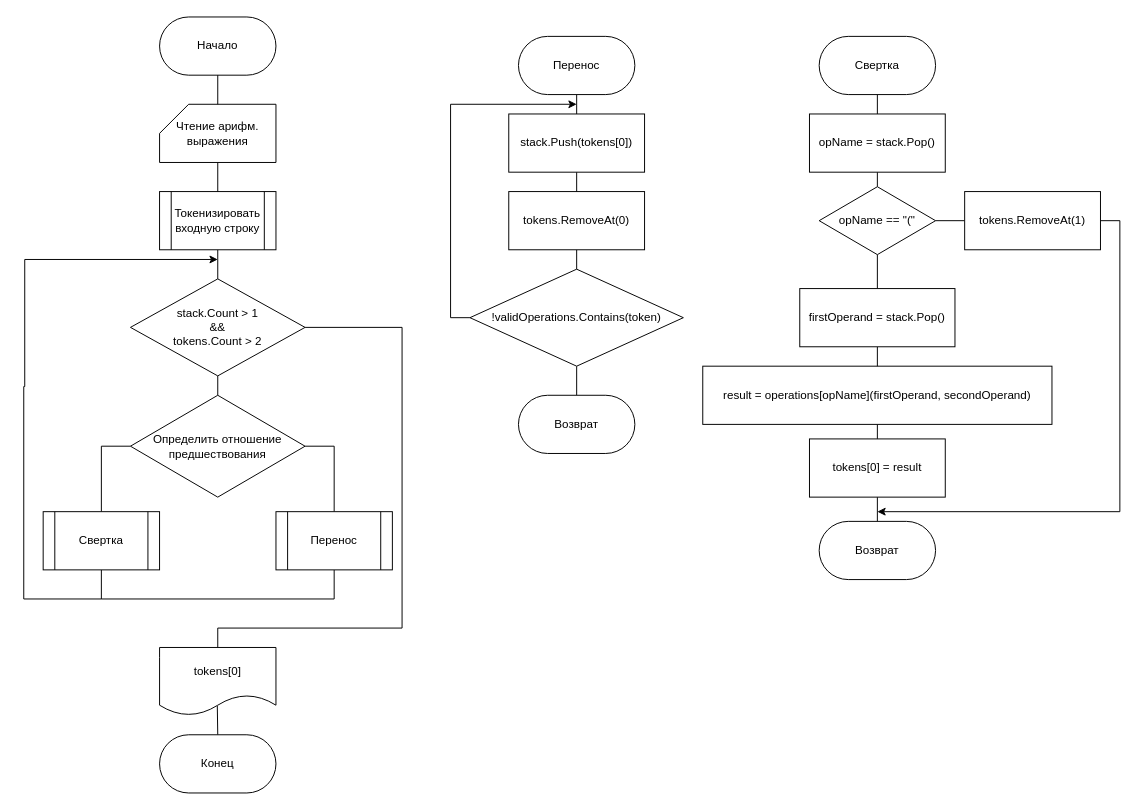
Earlier version of the draw.io diagram schemas/hw1.drawio (reddiridabl666/ICS6-C-Sharp). Source tidied: cells renumbered, new cells numbered last; positions are measured from the earlier drawing's top-left corner, leaving out a move shared by most shapes. Both pictures are drawn from the tidied source at 97%, with x=0, y=0 at pixel (23, 16).
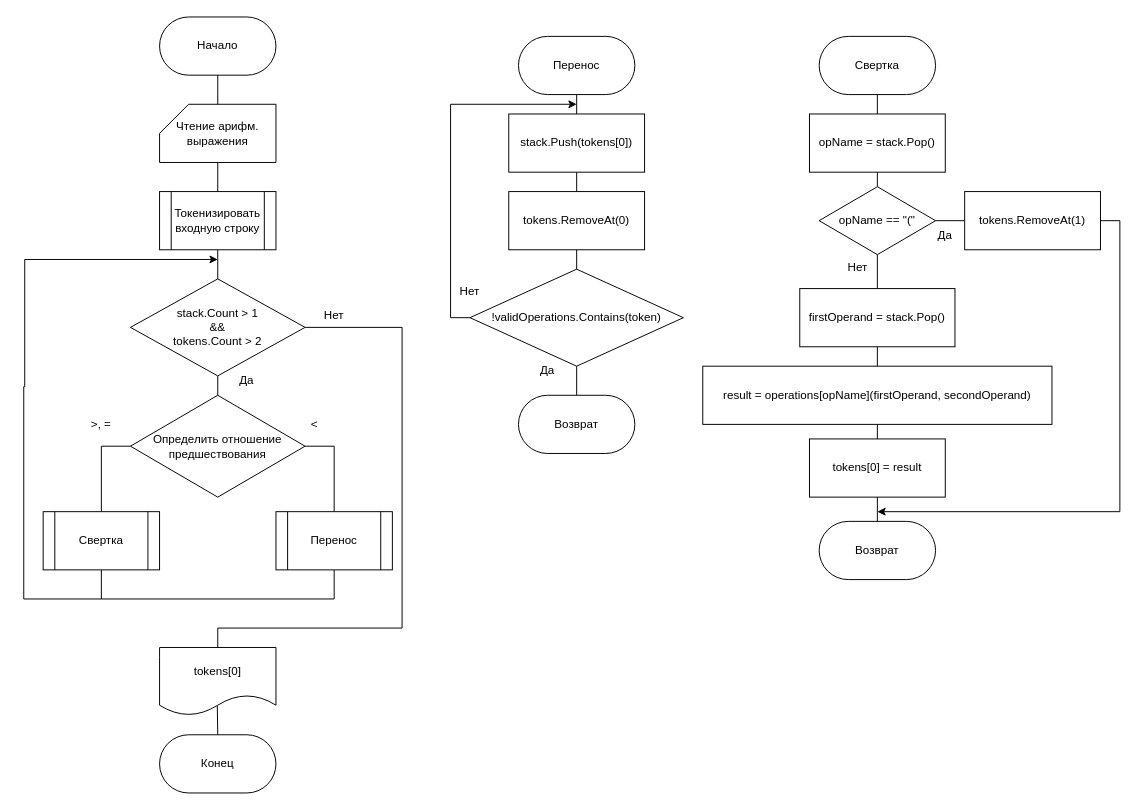
The same page after the edit.

Commit message (it also covers changes not shown here):
Added draw.io schemas and reports for hw

The edit, as a diff of the source:
```diff
@@
+    <mxCell id="47" value="Да" style="text;html=1;align=center;verticalAlign=middle;whiteSpace=wrap;rounded=0;" parent="1" vertex="1">
+      <mxGeometry x="200" y="360" width="60" height="30" as="geometry" />
+    </mxCell>
+    <mxCell id="48" value="Нет" style="text;html=1;align=center;verticalAlign=middle;whiteSpace=wrap;rounded=0;" parent="1" vertex="1">
+      <mxGeometry x="290" y="295" width="60" height="25" as="geometry" />
+    </mxCell>
+    <mxCell id="49" value="Да" style="text;html=1;align=center;verticalAlign=middle;whiteSpace=wrap;rounded=0;" parent="1" vertex="1">
+      <mxGeometry x="510" y="350" width="60" height="30" as="geometry" />
+    </mxCell>
+    <mxCell id="50" value="Нет" style="text;html=1;align=center;verticalAlign=middle;whiteSpace=wrap;rounded=0;" parent="1" vertex="1">
+      <mxGeometry x="430" y="270" width="60" height="25" as="geometry" />
+    </mxCell>
+    <mxCell id="51" value="Нет" style="text;html=1;align=center;verticalAlign=middle;whiteSpace=wrap;rounded=0;" parent="1" vertex="1">
+      <mxGeometry x="830" y="245" width="60" height="25" as="geometry" />
+    </mxCell>
+    <mxCell id="52" value="Да" style="text;html=1;align=center;verticalAlign=middle;whiteSpace=wrap;rounded=0;" parent="1" vertex="1">
+      <mxGeometry x="920" y="210" width="60" height="30" as="geometry" />
+    </mxCell>
+    <mxCell id="53" value="&amp;lt;" style="text;html=1;align=center;verticalAlign=middle;whiteSpace=wrap;rounded=0;" parent="1" vertex="1">
+      <mxGeometry x="270" y="405" width="60" height="30" as="geometry" />
+    </mxCell>
+    <mxCell id="54" value="&amp;gt;, =" style="text;html=1;align=center;verticalAlign=middle;whiteSpace=wrap;rounded=0;" parent="1" vertex="1">
+      <mxGeometry x="50" y="405" width="60" height="30" as="geometry" />
+    </mxCell>
```
